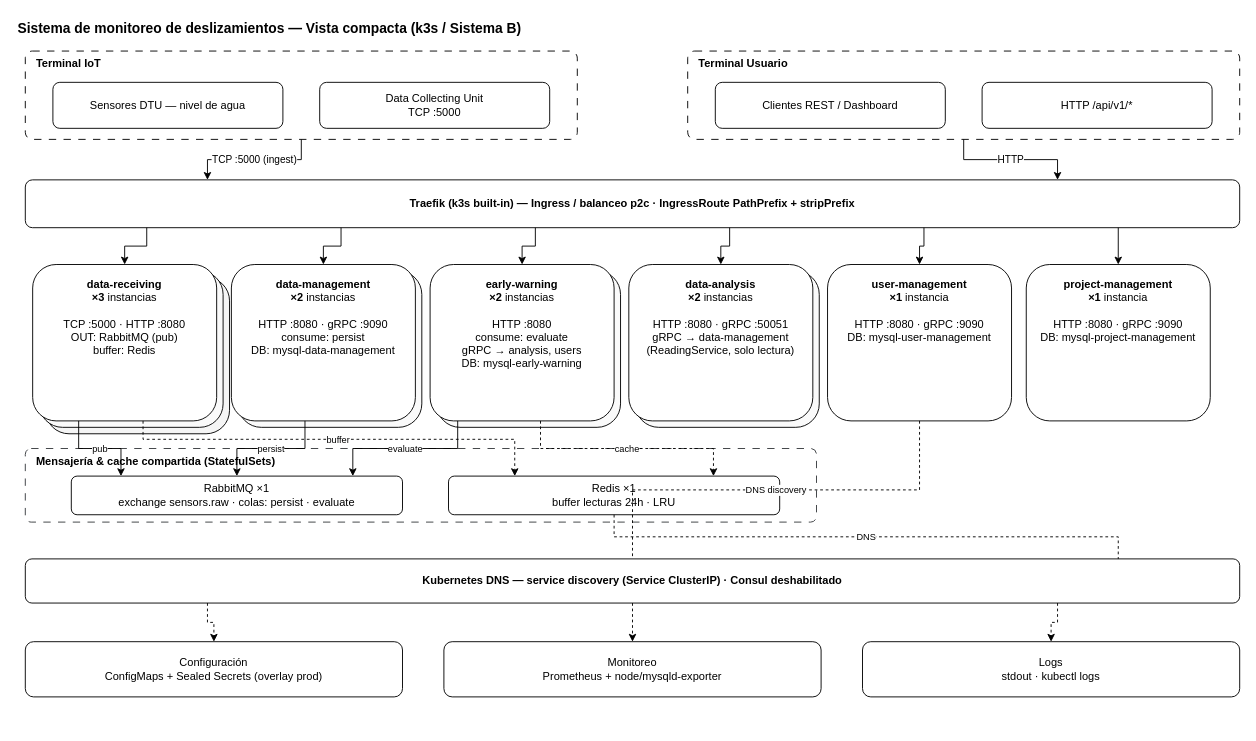
Above: docs/arquitectura-k3s-compacta.drawio in tifacusil/go-tesis-infra (draw.io), before the change. Source tidied: cells renumbered, new cells numbered last; positions are measured from the earlier drawing's top-left corner, leaving out a move shared by most shapes. Both pictures are drawn from the tidied source at 92%, with x=0, y=0 at pixel (16, 16).
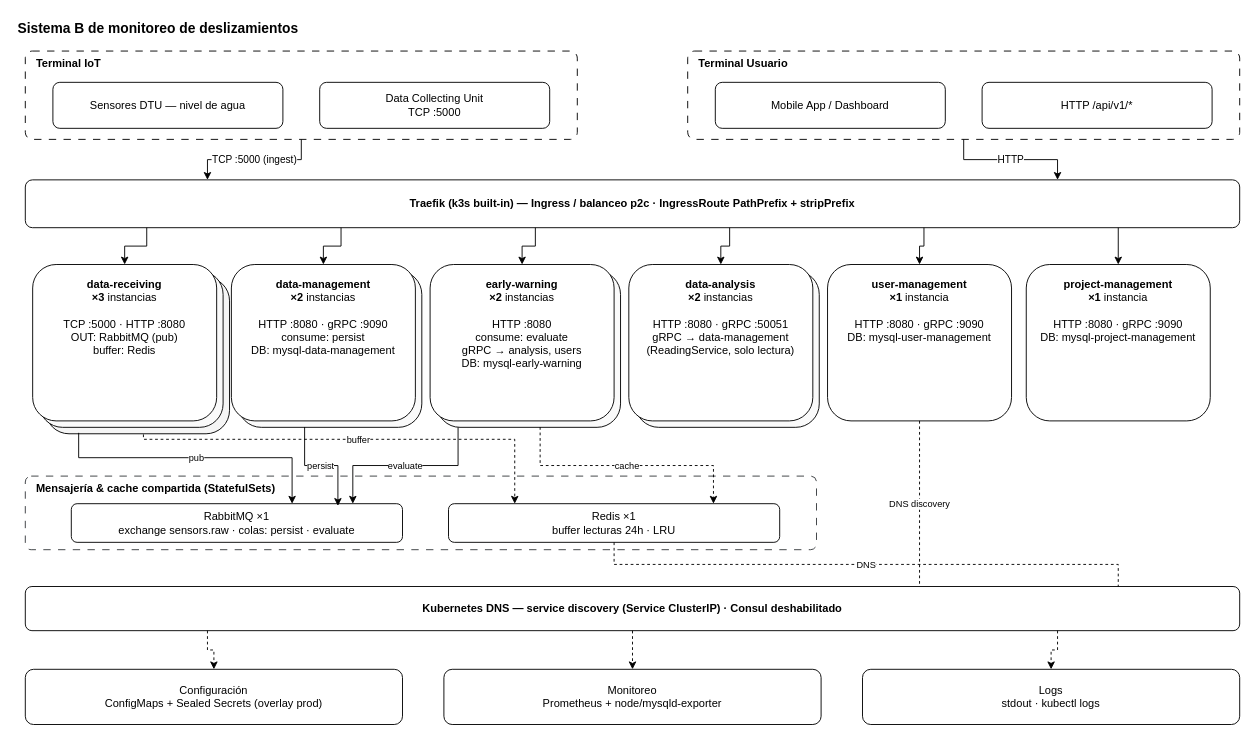
The same diagram, later.

The change refers to these unchanged cells:
```xml
<mxCell id="10" style="rounded=1;whiteSpace=wrap;html=1;fillColor=light-dark(#F5F5F5,#D0D0D0);strokeColor=light-dark(#000000,#999999);" parent="1" vertex="1">
  <mxGeometry x="32" y="284" width="200" height="170" as="geometry" />
</mxCell>
<mxCell id="12" value="&lt;b&gt;data-receiving&lt;/b&gt;&#10;&lt;b&gt;×3&lt;/b&gt; instancias&#10;&#10;TCP :5000 · HTTP :8080&#10;OUT: RabbitMQ (pub)&#10;buffer: Redis" style="rounded=1;whiteSpace=wrap;html=1;fillColor=light-dark(#FFFFFF,#E6E6E6);strokeColor=light-dark(#000000,#666666);verticalAlign=top;spacingTop=8;" parent="1" vertex="1">
  <mxGeometry x="18" y="270" width="200" height="170" as="geometry" />
</mxCell>
<mxCell id="13" style="rounded=1;whiteSpace=wrap;html=1;fillColor=light-dark(#FAFAFA,#DBDBDB);strokeColor=light-dark(#000000,#999999);" parent="1" vertex="1">
  <mxGeometry x="241" y="277" width="200" height="170" as="geometry" />
</mxCell>
<mxCell id="14" value="&lt;b&gt;data-management&lt;/b&gt;&#10;&lt;b&gt;×2&lt;/b&gt; instancias&#10;&#10;HTTP :8080 · gRPC :9090&#10;consume: persist&#10;DB: mysql-data-management" style="rounded=1;whiteSpace=wrap;html=1;fillColor=light-dark(#FFFFFF,#E6E6E6);strokeColor=light-dark(#000000,#666666);verticalAlign=top;spacingTop=8;" parent="1" vertex="1">
  <mxGeometry x="234" y="270" width="200" height="170" as="geometry" />
</mxCell>
<mxCell id="15" style="rounded=1;whiteSpace=wrap;html=1;fillColor=light-dark(#FAFAFA,#DBDBDB);strokeColor=light-dark(#000000,#999999);" parent="1" vertex="1">
  <mxGeometry x="457" y="277" width="200" height="170" as="geometry" />
</mxCell>
<mxCell id="16" value="&lt;b&gt;early-warning&lt;/b&gt;&#10;&lt;b&gt;×2&lt;/b&gt; instancias&#10;&#10;HTTP :8080&#10;consume: evaluate&#10;gRPC → analysis, users&#10;DB: mysql-early-warning" style="rounded=1;whiteSpace=wrap;html=1;fillColor=light-dark(#FFFFFF,#E6E6E6);strokeColor=light-dark(#000000,#666666);verticalAlign=top;spacingTop=8;" parent="1" vertex="1">
  <mxGeometry x="450" y="270" width="200" height="170" as="geometry" />
</mxCell>
<mxCell id="19" value="&lt;b&gt;user-management&lt;/b&gt;&#10;&lt;b&gt;×1&lt;/b&gt; instancia&#10;&#10;HTTP :8080 · gRPC :9090&#10;DB: mysql-user-management" style="rounded=1;whiteSpace=wrap;html=1;fillColor=light-dark(#FFFFFF,#E6E6E6);strokeColor=light-dark(#000000,#666666);verticalAlign=top;spacingTop=8;" parent="1" vertex="1">
  <mxGeometry x="882" y="270" width="200" height="170" as="geometry" />
</mxCell>
```

The edit, as a diff of the source:
```diff
@@
-    <mxCell id="2" value="Sistema de monitoreo de deslizamientos — Vista compacta (k3s / Sistema B)" style="text;html=1;whiteSpace=wrap;strokeColor=none;fillColor=none;align=left;verticalAlign=middle;rounded=0;fontStyle=1;fontSize=15;" parent="1" vertex="1">
+    <mxCell id="2" value="Sistema B de monitoreo de deslizamientos" style="text;html=1;whiteSpace=wrap;strokeColor=none;fillColor=none;align=left;verticalAlign=middle;rounded=0;fontStyle=1;fontSize=15;" parent="1" vertex="1">
       <mxGeometry width="900" height="26" as="geometry" />
     </mxCell>
@@
-    <mxCell id="7" value="Clientes REST / Dashboard" style="rounded=1;whiteSpace=wrap;html=1;fillColor=light-dark(#FFFFFF,#E6E6E6);strokeColor=light-dark(#000000,#666666);" parent="1" vertex="1">
+    <mxCell id="7" value="Mobile App / Dashboard" style="rounded=1;whiteSpace=wrap;html=1;fillColor=light-dark(#FFFFFF,#E6E6E6);strokeColor=light-dark(#000000,#666666);" parent="1" vertex="1">
       <mxGeometry x="760" y="72" width="250" height="50" as="geometry" />
     </mxCell>
@@
     <mxCell id="21" value="Mensajería &amp; cache compartida (StatefulSets)" style="rounded=1;whiteSpace=wrap;html=1;fillColor=light-dark(transparent,#CC99FF);dashed=1;dashPattern=8 8;strokeColor=light-dark(#36393D,#B5739D);arcSize=8;verticalAlign=top;fontStyle=1;align=left;spacingLeft=10;" parent="1" vertex="1">
-      <mxGeometry x="10" y="470" width="860" height="80" as="geometry" />
+      <mxGeometry x="10" y="500" width="860" height="80" as="geometry" />
     </mxCell>
     <mxCell id="22" value="RabbitMQ ×1&#10;exchange sensors.raw · colas: persist · evaluate" style="rounded=1;whiteSpace=wrap;html=1;fillColor=light-dark(#FFFFFF,#E6E6E6);strokeColor=light-dark(#000000,#666666);" parent="1" vertex="1">
-      <mxGeometry x="60" y="500" width="360" height="42" as="geometry" />
+      <mxGeometry x="60" y="530" width="360" height="42" as="geometry" />
     </mxCell>
     <mxCell id="23" value="Redis ×1&#10;buffer lecturas 24h · LRU" style="rounded=1;whiteSpace=wrap;html=1;fillColor=light-dark(#FFFFFF,#E6E6E6);strokeColor=light-dark(#000000,#666666);" parent="1" vertex="1">
-      <mxGeometry x="470" y="500" width="360" height="42" as="geometry" />
+      <mxGeometry x="470" y="530" width="360" height="42" as="geometry" />
     </mxCell>
     <mxCell id="24" value="Kubernetes DNS — service discovery (Service ClusterIP) · Consul deshabilitado" style="rounded=1;whiteSpace=wrap;html=1;fillColor=light-dark(#FFFFFF,#CCCCCC);strokeColor=light-dark(#000000,#666666);fontStyle=1;" parent="1" vertex="1">
-      <mxGeometry x="10" y="590" width="1320" height="48" as="geometry" />
+      <mxGeometry x="10" y="620" width="1320" height="48" as="geometry" />
     </mxCell>
     <mxCell id="25" value="Configuración&#10;ConfigMaps + Sealed Secrets (overlay prod)" style="rounded=1;whiteSpace=wrap;html=1;fillColor=light-dark(#FFFFFF,#E6E6E6);strokeColor=light-dark(#000000,#666666);" parent="1" vertex="1">
-      <mxGeometry x="10" y="680" width="410" height="60" as="geometry" />
+      <mxGeometry x="10" y="710" width="410" height="60" as="geometry" />
     </mxCell>
     <mxCell id="26" value="Monitoreo&#10;Prometheus + node/mysqld-exporter" style="rounded=1;whiteSpace=wrap;html=1;fillColor=light-dark(#FFFFFF,#E6E6E6);strokeColor=light-dark(#000000,#666666);" parent="1" vertex="1">
-      <mxGeometry x="465" y="680" width="410" height="60" as="geometry" />
+      <mxGeometry x="465" y="710" width="410" height="60" as="geometry" />
     </mxCell>
     <mxCell id="27" value="Logs&#10;stdout · kubectl logs" style="rounded=1;whiteSpace=wrap;html=1;fillColor=light-dark(#FFFFFF,#E6E6E6);strokeColor=light-dark(#000000,#666666);" parent="1" vertex="1">
-      <mxGeometry x="920" y="680" width="410" height="60" as="geometry" />
+      <mxGeometry x="920" y="710" width="410" height="60" as="geometry" />
     </mxCell>
@@
-    <mxCell id="36" value="pub" style="edgeStyle=orthogonalEdgeStyle;rounded=0;html=1;exitX=0.25;exitY=1;entryX=0.15;entryY=0;endArrow=classic;fontSize=10;" parent="1" edge="1" source="12" target="22">
-      <mxGeometry relative="1" as="geometry" />
+    <mxCell id="36" value="pub" style="edgeStyle=orthogonalEdgeStyle;rounded=0;html=1;exitX=0.18;exitY=0.994;endArrow=classic;fontSize=10;exitDx=0;exitDy=0;exitPerimeter=0;" parent="1" edge="1" source="10" target="22">
+      <mxGeometry relative="1" as="geometry">
+        <Array as="points">
+          <mxPoint x="68" y="480" />
+          <mxPoint x="300" y="480" />
+        </Array>
+      </mxGeometry>
     </mxCell>
-    <mxCell id="37" value="persist" style="edgeStyle=orthogonalEdgeStyle;rounded=0;html=1;exitX=0.4;exitY=1;entryX=0.5;entryY=0;endArrow=classic;fontSize=10;" parent="1" edge="1" source="14" target="22">
-      <mxGeometry relative="1" as="geometry" />
+    <mxCell id="37" value="persist" style="edgeStyle=orthogonalEdgeStyle;rounded=0;html=1;exitX=0.363;exitY=0.998;entryX=0.805;entryY=0.057;endArrow=classic;fontSize=10;exitDx=0;exitDy=0;exitPerimeter=0;entryDx=0;entryDy=0;entryPerimeter=0;" parent="1" edge="1" source="13" target="22">
+      <mxGeometry x="-0.04" relative="1" as="geometry" />
     </mxCell>
-    <mxCell id="38" value="evaluate" style="edgeStyle=orthogonalEdgeStyle;rounded=0;html=1;exitX=0.15;exitY=1;entryX=0.85;entryY=0;endArrow=classic;fontSize=10;" parent="1" edge="1" source="16" target="22">
+    <mxCell id="38" value="evaluate" style="edgeStyle=orthogonalEdgeStyle;rounded=0;html=1;exitX=0.117;exitY=1;entryX=0.85;entryY=0;endArrow=classic;fontSize=10;exitDx=0;exitDy=0;exitPerimeter=0;" parent="1" edge="1" source="15" target="22">
       <mxGeometry relative="1" as="geometry" />
     </mxCell>
-    <mxCell id="39" value="buffer" style="edgeStyle=orthogonalEdgeStyle;rounded=0;html=1;dashed=1;exitX=0.6;exitY=1;entryX=0.2;entryY=0;endArrow=classic;fontSize=10;" parent="1" edge="1" source="12" target="23">
+    <mxCell id="39" value="buffer" style="edgeStyle=orthogonalEdgeStyle;rounded=0;html=1;dashed=1;entryX=0.2;entryY=0;endArrow=classic;fontSize=10;exitX=0.532;exitY=1.004;exitDx=0;exitDy=0;exitPerimeter=0;" parent="1" edge="1" source="10" target="23">
       <mxGeometry relative="1" as="geometry">
         <Array as="points">
           <mxPoint x="138" y="460" />
           <mxPoint x="542" y="460" />
         </Array>
       </mxGeometry>
     </mxCell>
-    <mxCell id="40" value="cache" style="edgeStyle=orthogonalEdgeStyle;rounded=0;html=1;dashed=1;exitX=0.6;exitY=1;entryX=0.8;entryY=0;endArrow=classic;fontSize=10;" parent="1" edge="1" source="16" target="23">
+    <mxCell id="40" value="cache" style="edgeStyle=orthogonalEdgeStyle;rounded=0;html=1;dashed=1;exitX=0.563;exitY=0.998;entryX=0.8;entryY=0;endArrow=classic;fontSize=10;exitDx=0;exitDy=0;exitPerimeter=0;" parent="1" edge="1" source="15" target="23">
       <mxGeometry relative="1" as="geometry" />
     </mxCell>
@@
-    <mxCell id="42" value="DNS discovery" style="edgeStyle=orthogonalEdgeStyle;rounded=0;html=1;dashed=1;exitX=0.5;exitY=1;entryX=0.5;entryY=0;endArrow=none;fontSize=10;strokeColor=light-dark(#000000,#999999);" parent="1" edge="1" source="19" target="24">
-      <mxGeometry relative="1" as="geometry" />
+    <mxCell id="42" value="DNS discovery" style="edgeStyle=orthogonalEdgeStyle;rounded=0;html=1;dashed=1;exitX=0.5;exitY=1;endArrow=none;fontSize=10;strokeColor=light-dark(#000000,#999999);" parent="1" edge="1" source="19" target="24">
+      <mxGeometry relative="1" as="geometry">
+        <Array as="points">
+          <mxPoint x="982" y="580" />
+          <mxPoint x="982" y="580" />
+        </Array>
+      </mxGeometry>
     </mxCell>
```
